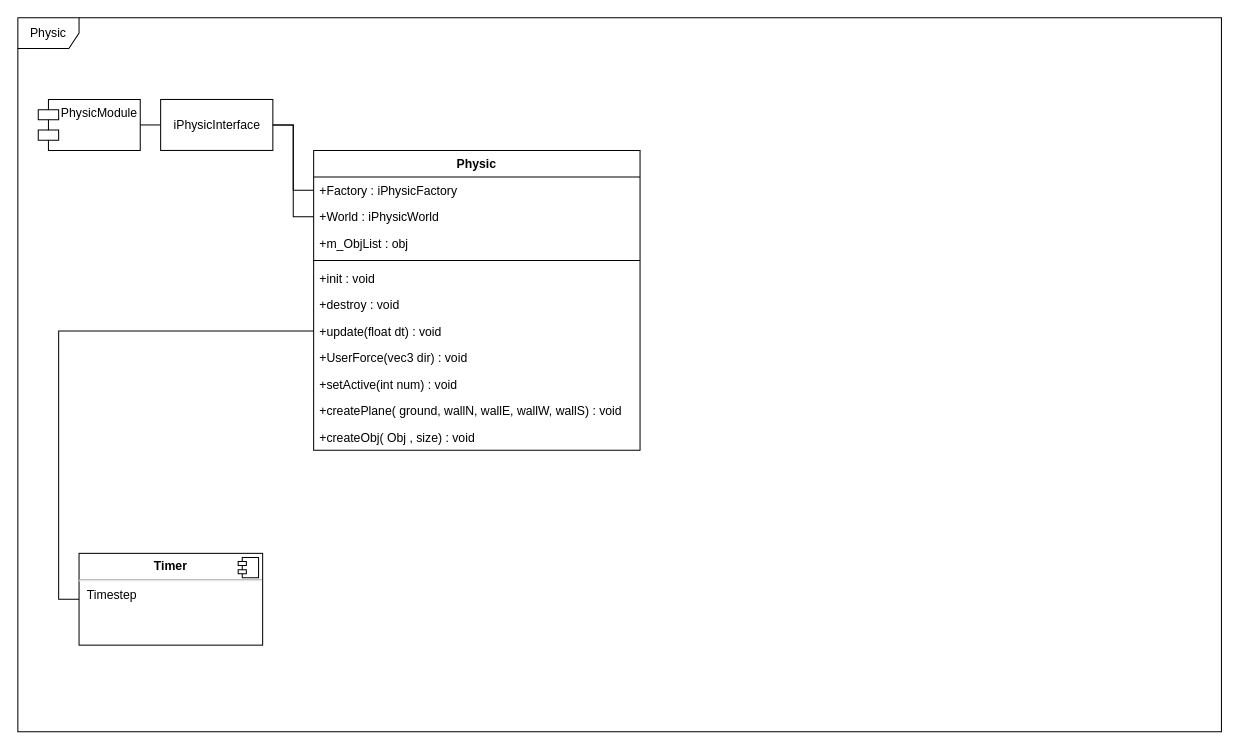
Above: page "Physic" (14 of 14) of UMLDiagram.drawio in hazN/ECS_Engine (draw.io), before the change. Source tidied: cells renumbered, new cells numbered last; positions are measured from the earlier drawing's top-left corner, leaving out a move shared by most shapes. Both pictures are drawn from the tidied source at 102%, with x=0, y=0 at pixel (17, 17).
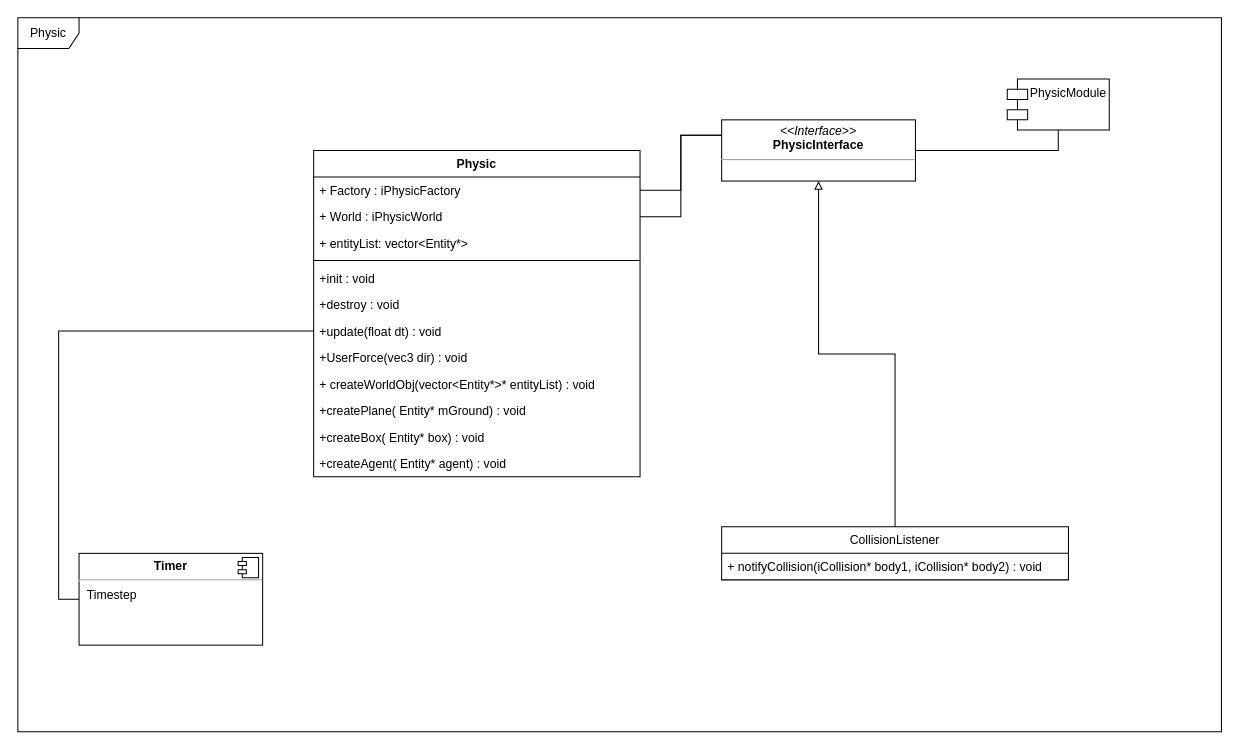
The same page after the edit.

Diff of the diagram source:
```diff
@@
     <mxCell id="3" value="Physic" style="swimlane;fontStyle=1;align=center;verticalAlign=top;horizontal=1;startSize=26;" parent="1" vertex="1">
-      <mxGeometry x="290" y="130" width="320" height="294" as="geometry" />
+      <mxGeometry x="290" y="130" width="320" height="320" as="geometry" />
     </mxCell>
-    <mxCell id="4" value="+Factory : iPhysicFactory" style="text;strokeColor=none;fillColor=none;align=left;verticalAlign=top;spacingLeft=4;spacingRight=4;overflow=hidden;points=[[0,0.5],[1,0.5]];portConstraint=eastwest;" parent="3" vertex="1">
+    <mxCell id="4" value="+ Factory : iPhysicFactory" style="text;strokeColor=none;fillColor=none;align=left;verticalAlign=top;spacingLeft=4;spacingRight=4;overflow=hidden;points=[[0,0.5],[1,0.5]];portConstraint=eastwest;" parent="3" vertex="1">
       <mxGeometry y="26" width="320" height="26" as="geometry" />
     </mxCell>
-    <mxCell id="5" value="+World : iPhysicWorld" style="text;strokeColor=none;fillColor=none;align=left;verticalAlign=top;spacingLeft=4;spacingRight=4;overflow=hidden;points=[[0,0.5],[1,0.5]];portConstraint=eastwest;" parent="3" vertex="1">
+    <mxCell id="5" value="+ World : iPhysicWorld" style="text;strokeColor=none;fillColor=none;align=left;verticalAlign=top;spacingLeft=4;spacingRight=4;overflow=hidden;points=[[0,0.5],[1,0.5]];portConstraint=eastwest;" parent="3" vertex="1">
       <mxGeometry y="52" width="320" height="26" as="geometry" />
     </mxCell>
-    <mxCell id="6" value="+m_ObjList : obj" style="text;strokeColor=none;fillColor=none;align=left;verticalAlign=top;spacingLeft=4;spacingRight=4;overflow=hidden;" parent="3" vertex="1">
+    <mxCell id="6" value="+ entityList: vector&lt;Entity*&gt;" style="text;strokeColor=none;fillColor=none;align=left;verticalAlign=top;spacingLeft=4;spacingRight=4;overflow=hidden;" parent="3" vertex="1">
       <mxGeometry y="78" width="320" height="26" as="geometry" />
     </mxCell>
@@
-    <mxCell id="12" value="+setActive(int num) : void" style="text;strokeColor=none;fillColor=none;align=left;verticalAlign=top;spacingLeft=4;spacingRight=4;overflow=hidden;" parent="3" vertex="1">
+    <mxCell id="12" value="+ createWorldObj(vector&lt;Entity*&gt;* entityList) : void" style="text;strokeColor=none;fillColor=none;align=left;verticalAlign=top;spacingLeft=4;spacingRight=4;overflow=hidden;" parent="3" vertex="1">
       <mxGeometry y="216" width="320" height="26" as="geometry" />
     </mxCell>
-    <mxCell id="13" value="+createPlane( ground, wallN, wallE, wallW, wallS) : void" style="text;strokeColor=none;fillColor=none;align=left;verticalAlign=top;spacingLeft=4;spacingRight=4;overflow=hidden;" parent="3" vertex="1">
+    <mxCell id="13" value="+createPlane( Entity* mGround) : void" style="text;strokeColor=none;fillColor=none;align=left;verticalAlign=top;spacingLeft=4;spacingRight=4;overflow=hidden;" parent="3" vertex="1">
       <mxGeometry y="242" width="320" height="26" as="geometry" />
     </mxCell>
-    <mxCell id="14" value="+createObj( Obj , size) : void" style="text;strokeColor=none;fillColor=none;align=left;verticalAlign=top;spacingLeft=4;spacingRight=4;overflow=hidden;" parent="3" vertex="1">
+    <mxCell id="14" value="+createBox( Entity* box) : void" style="text;strokeColor=none;fillColor=none;align=left;verticalAlign=top;spacingLeft=4;spacingRight=4;overflow=hidden;" parent="3" vertex="1">
       <mxGeometry y="268" width="320" height="26" as="geometry" />
     </mxCell>
+    <mxCell id="23" value="+createAgent( Entity* agent) : void" style="text;strokeColor=none;fillColor=none;align=left;verticalAlign=top;spacingLeft=4;spacingRight=4;overflow=hidden;" parent="3" vertex="1">
+      <mxGeometry y="294" width="320" height="26" as="geometry" />
+    </mxCell>
@@
     <mxCell id="18" value="PhysicModule" style="shape=module;align=left;spacingLeft=20;align=center;verticalAlign=top;" parent="1" vertex="1">
-      <mxGeometry x="20" y="80" width="100" height="50" as="geometry" />
+      <mxGeometry x="970" y="60" width="100" height="50" as="geometry" />
     </mxCell>
-    <mxCell id="19" style="edgeStyle=orthogonalEdgeStyle;rounded=0;jettySize=auto;html=1;exitX=0;exitY=0.5;exitDx=0;exitDy=0;entryX=1;entryY=0.5;entryDx=0;entryDy=0;endArrow=none;endFill=0;" parent="1" edge="1" source="20" target="18">
-      <mxGeometry relative="1" as="geometry" />
-    </mxCell>
-    <mxCell id="20" value="iPhysicInterface" style="html=1;" parent="1" vertex="1">
-      <mxGeometry x="140" y="80" width="110" height="50" as="geometry" />
-    </mxCell>
-    <mxCell id="21" style="edgeStyle=orthogonalEdgeStyle;rounded=0;jettySize=auto;html=1;exitX=0;exitY=0.5;exitDx=0;exitDy=0;entryX=1;entryY=0.5;entryDx=0;entryDy=0;endArrow=none;endFill=0;" parent="1" edge="1" source="4" target="20">
-      <mxGeometry relative="1" as="geometry" />
-    </mxCell>
-    <mxCell id="22" style="edgeStyle=orthogonalEdgeStyle;rounded=0;jettySize=auto;html=1;exitX=0;exitY=0.5;exitDx=0;exitDy=0;entryX=1;entryY=0.5;entryDx=0;entryDy=0;endArrow=none;endFill=0;" parent="1" edge="1" source="5" target="20">
-      <mxGeometry relative="1" as="geometry" />
-    </mxCell>
+    <mxCell id="24" style="edgeStyle=orthogonalEdgeStyle;rounded=0;jettySize=auto;html=1;exitX=1;exitY=0.5;exitDx=0;exitDy=0;entryX=0.5;entryY=1;entryDx=0;entryDy=0;endArrow=none;endFill=0;" parent="1" edge="1" source="25" target="18">
+      <mxGeometry relative="1" as="geometry" />
+    </mxCell>
+    <mxCell id="25" value="&lt;p style=&quot;margin:0px;margin-top:4px;text-align:center;&quot;&gt;&lt;i&gt;&amp;lt;&amp;lt;Interface&amp;gt;&amp;gt;&lt;/i&gt;&lt;br&gt;&lt;b&gt;PhysicInterface&lt;/b&gt;&lt;/p&gt;&lt;hr size=&quot;1&quot;&gt;&lt;p style=&quot;margin:0px;margin-left:4px;&quot;&gt;&lt;br&gt;&lt;/p&gt;" style="verticalAlign=top;align=left;overflow=fill;fontSize=12;fontFamily=Helvetica;html=1;whiteSpace=wrap;" parent="1" vertex="1">
+      <mxGeometry x="690" y="100" width="190" height="60" as="geometry" />
+    </mxCell>
+    <mxCell id="26" style="edgeStyle=orthogonalEdgeStyle;rounded=0;jettySize=auto;html=1;exitX=1;exitY=0.5;exitDx=0;exitDy=0;entryX=0;entryY=0.25;entryDx=0;entryDy=0;endArrow=none;endFill=0;" parent="1" edge="1" source="4" target="25">
+      <mxGeometry relative="1" as="geometry" />
+    </mxCell>
+    <mxCell id="27" style="edgeStyle=orthogonalEdgeStyle;rounded=0;jettySize=auto;html=1;exitX=1;exitY=0.5;exitDx=0;exitDy=0;entryX=0;entryY=0.25;entryDx=0;entryDy=0;endArrow=none;endFill=0;" parent="1" edge="1" source="5" target="25">
+      <mxGeometry relative="1" as="geometry" />
+    </mxCell>
+    <mxCell id="28" style="edgeStyle=orthogonalEdgeStyle;rounded=0;jettySize=auto;html=1;exitX=0.5;exitY=0;exitDx=0;exitDy=0;entryX=0.5;entryY=1;entryDx=0;entryDy=0;endArrow=block;endFill=0;" parent="1" edge="1" source="29" target="25">
+      <mxGeometry relative="1" as="geometry" />
+    </mxCell>
+    <mxCell id="29" value="CollisionListener" style="swimlane;fontStyle=0;horizontal=1;startSize=26;fillColor=none;whiteSpace=wrap;html=1;" parent="1" vertex="1">
+      <mxGeometry x="690" y="499" width="340" height="52" as="geometry" />
+    </mxCell>
+    <mxCell id="30" value="+&amp;nbsp;notifyCollision(iCollision* body1, iCollision* body2) : void" style="text;strokeColor=none;fillColor=none;align=left;verticalAlign=top;spacingLeft=4;spacingRight=4;overflow=hidden;whiteSpace=wrap;html=1;" parent="29" vertex="1">
+      <mxGeometry y="26" width="340" height="26" as="geometry" />
+    </mxCell>
```
